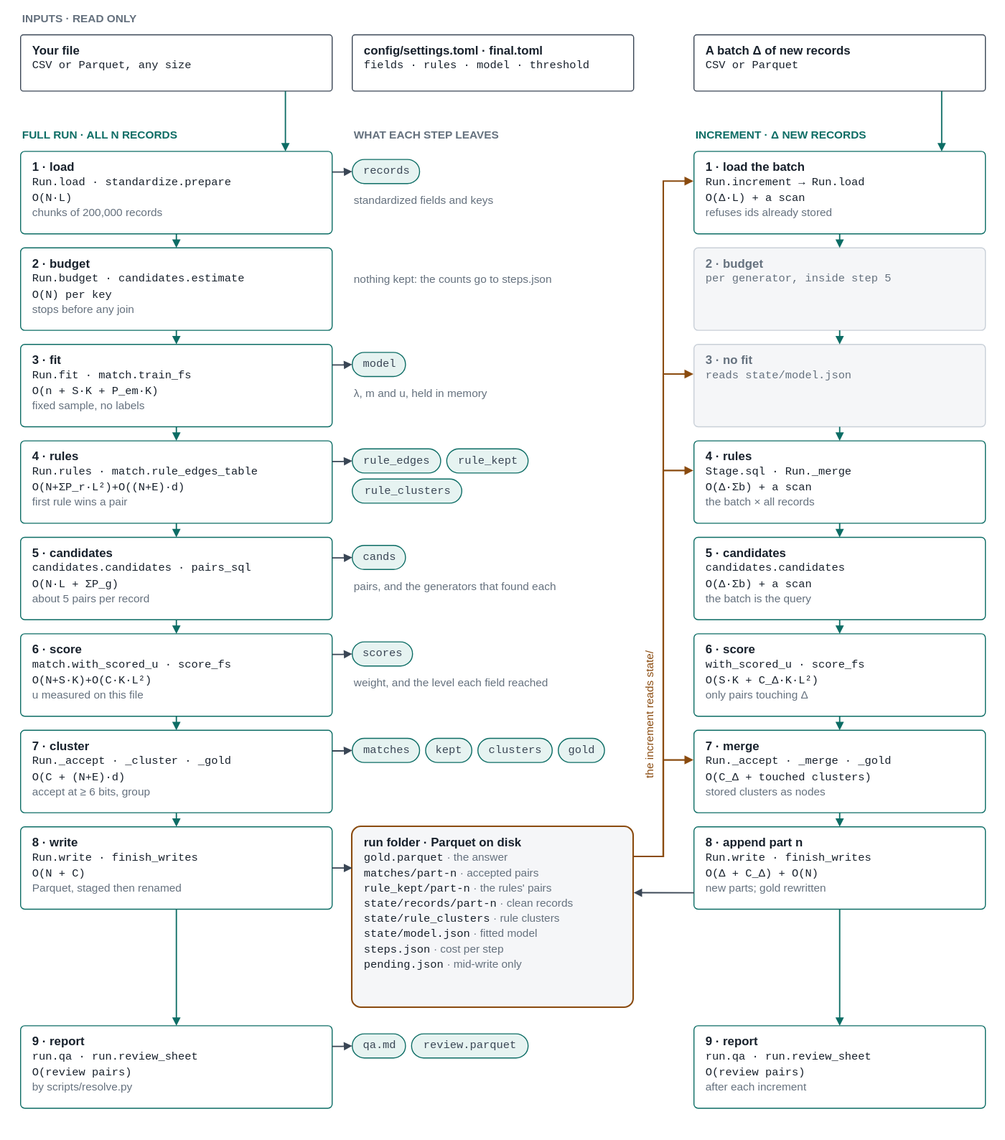
Above: docs/architecture.drawio.svg in mvsbm/entity_matching (draw.io), before the change. Source tidied: cells renumbered, new cells last; positions are measured from the earlier drawing's top-left corner, leaving out a move shared by most shapes.
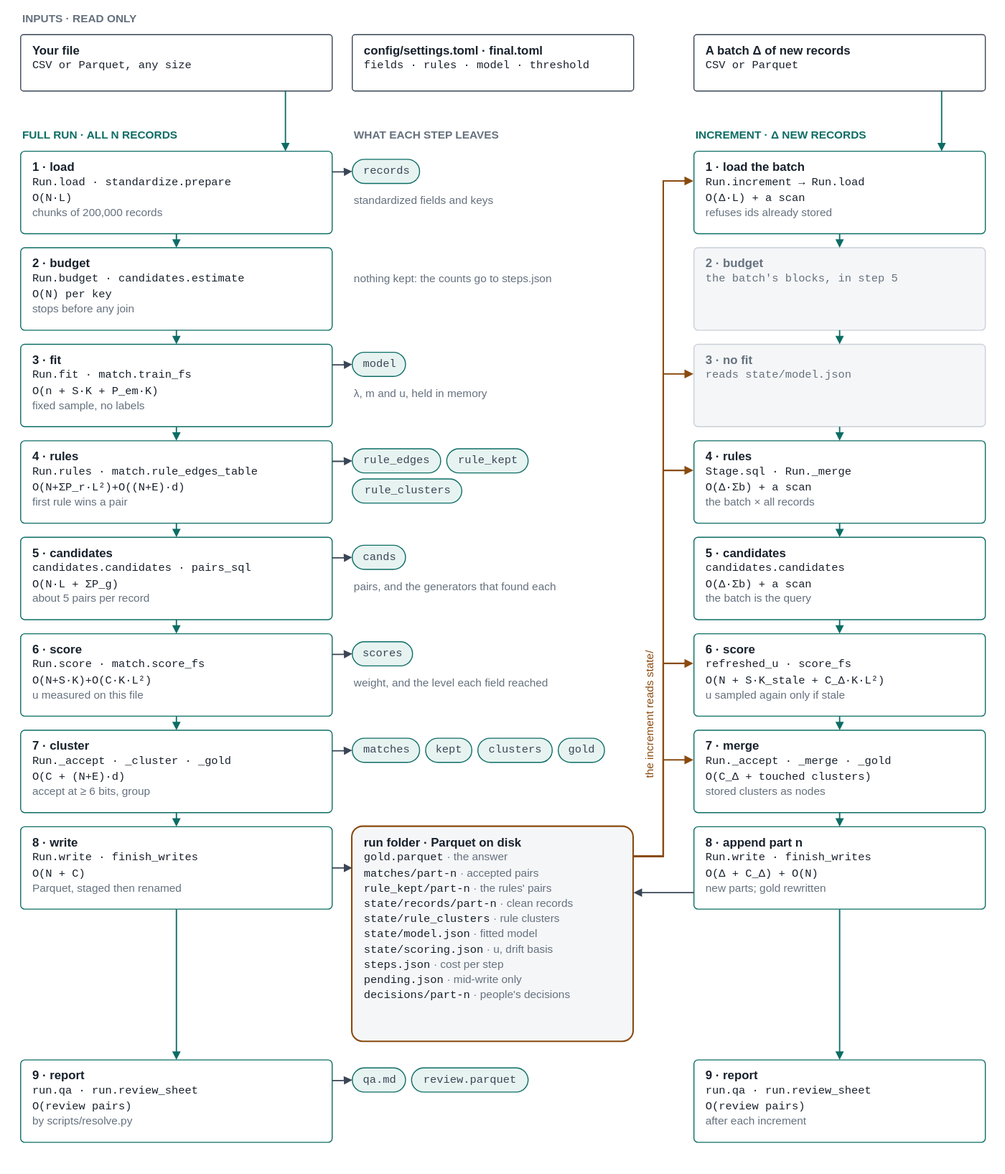
The same file after the commit.

What changed in the source:
```diff
@@ -41,7 +41,7 @@
     <mxCell id="14" value="&lt;b&gt;2 · budget&lt;/b&gt;&lt;br&gt;&lt;font face=&quot;Courier New&quot; style=&quot;font-size:11px&quot;&gt;Run.budget · candidates.estimate&lt;/font&gt;&lt;br&gt;&lt;font face=&quot;Courier New&quot; style=&quot;font-size:11px&quot;&gt;O(N) per key&lt;/font&gt;&lt;br&gt;&lt;font color=&quot;#65717e&quot; style=&quot;font-size:11px&quot;&gt;stops before any join&lt;/font&gt;" style="rounded=1;arcSize=5;whiteSpace=wrap;html=1;align=left;verticalAlign=top;spacingLeft=10;spacingTop=2;fontFamily=Helvetica;fontSize=12;fontColor=#18212c;fillColor=#ffffff;strokeColor=#0d6d65;" parent="1" vertex="1">
       <mxGeometry y="238" width="310" height="82" as="geometry" />
     </mxCell>
-    <mxCell id="15" value="&lt;b&gt;2 · budget&lt;/b&gt;&lt;br&gt;&lt;font face=&quot;Courier New&quot; style=&quot;font-size:11px&quot;&gt;per generator, inside step 5&lt;/font&gt;" style="rounded=1;arcSize=5;whiteSpace=wrap;html=1;align=left;verticalAlign=top;spacingLeft=10;spacingTop=2;fontFamily=Helvetica;fontSize=12;fontColor=#18212c;fillColor=#ffffff;strokeColor=#c9d0d8;fillColor=#f5f6f8;fontColor=#65717e;" parent="1" vertex="1">
+    <mxCell id="15" value="&lt;b&gt;2 · budget&lt;/b&gt;&lt;br&gt;&lt;font face=&quot;Courier New&quot; style=&quot;font-size:11px&quot;&gt;the batch&amp;#x27;s blocks, in step 5&lt;/font&gt;" style="rounded=1;arcSize=5;whiteSpace=wrap;html=1;align=left;verticalAlign=top;spacingLeft=10;spacingTop=2;fontFamily=Helvetica;fontSize=12;fontColor=#18212c;fillColor=#ffffff;strokeColor=#c9d0d8;fillColor=#f5f6f8;fontColor=#65717e;" parent="1" vertex="1">
       <mxGeometry x="670" y="238" width="290" height="82" as="geometry" />
     </mxCell>
     <mxCell id="16" value="nothing kept: the counts go to steps.json" style="text;html=1;align=left;verticalAlign=middle;fontFamily=Helvetica;fontSize=11;fontColor=#65717e;" parent="1" vertex="1">
@@ -95,10 +95,10 @@
     <mxCell id="32" style="edgeStyle=orthogonalEdgeStyle;rounded=0;html=1;endArrow=block;endFill=1;endSize=5;strokeColor=#3a4655;strokeWidth=1.3;exitX=1;exitY=0.25;entryX=0;entryY=0.5;" parent="1" edge="1" source="28" target="30">
       <mxGeometry relative="1" as="geometry" />
     </mxCell>
-    <mxCell id="33" value="&lt;b&gt;6 · score&lt;/b&gt;&lt;br&gt;&lt;font face=&quot;Courier New&quot; style=&quot;font-size:11px&quot;&gt;match.with_scored_u · score_fs&lt;/font&gt;&lt;br&gt;&lt;font face=&quot;Courier New&quot; style=&quot;font-size:11px&quot;&gt;O(N+S·K)+O(C·K·L²)&lt;/font&gt;&lt;br&gt;&lt;font color=&quot;#65717e&quot; style=&quot;font-size:11px&quot;&gt;u measured on this file&lt;/font&gt;" style="rounded=1;arcSize=5;whiteSpace=wrap;html=1;align=left;verticalAlign=top;spacingLeft=10;spacingTop=2;fontFamily=Helvetica;fontSize=12;fontColor=#18212c;fillColor=#ffffff;strokeColor=#0d6d65;" parent="1" vertex="1">
+    <mxCell id="33" value="&lt;b&gt;6 · score&lt;/b&gt;&lt;br&gt;&lt;font face=&quot;Courier New&quot; style=&quot;font-size:11px&quot;&gt;Run.score · match.score_fs&lt;/font&gt;&lt;br&gt;&lt;font face=&quot;Courier New&quot; style=&quot;font-size:11px&quot;&gt;O(N+S·K)+O(C·K·L²)&lt;/font&gt;&lt;br&gt;&lt;font color=&quot;#65717e&quot; style=&quot;font-size:11px&quot;&gt;u measured on this file&lt;/font&gt;" style="rounded=1;arcSize=5;whiteSpace=wrap;html=1;align=left;verticalAlign=top;spacingLeft=10;spacingTop=2;fontFamily=Helvetica;fontSize=12;fontColor=#18212c;fillColor=#ffffff;strokeColor=#0d6d65;" parent="1" vertex="1">
       <mxGeometry y="622" width="310" height="82" as="geometry" />
     </mxCell>
-    <mxCell id="34" value="&lt;b&gt;6 · score&lt;/b&gt;&lt;br&gt;&lt;font face=&quot;Courier New&quot; style=&quot;font-size:11px&quot;&gt;with_scored_u · score_fs&lt;/font&gt;&lt;br&gt;&lt;font face=&quot;Courier New&quot; style=&quot;font-size:11px&quot;&gt;O(S·K + C_Δ·K·L²)&lt;/font&gt;&lt;br&gt;&lt;font color=&quot;#65717e&quot; style=&quot;font-size:11px&quot;&gt;only pairs touching Δ&lt;/font&gt;" style="rounded=1;arcSize=5;whiteSpace=wrap;html=1;align=left;verticalAlign=top;spacingLeft=10;spacingTop=2;fontFamily=Helvetica;fontSize=12;fontColor=#18212c;fillColor=#ffffff;strokeColor=#0d6d65;" parent="1" vertex="1">
+    <mxCell id="34" value="&lt;b&gt;6 · score&lt;/b&gt;&lt;br&gt;&lt;font face=&quot;Courier New&quot; style=&quot;font-size:11px&quot;&gt;refreshed_u · score_fs&lt;/font&gt;&lt;br&gt;&lt;font face=&quot;Courier New&quot; style=&quot;font-size:11px&quot;&gt;O(N + S·K_stale + C_Δ·K·L²)&lt;/font&gt;&lt;br&gt;&lt;font color=&quot;#65717e&quot; style=&quot;font-size:11px&quot;&gt;u sampled again only if stale&lt;/font&gt;" style="rounded=1;arcSize=5;whiteSpace=wrap;html=1;align=left;verticalAlign=top;spacingLeft=10;spacingTop=2;fontFamily=Helvetica;fontSize=12;fontColor=#18212c;fillColor=#ffffff;strokeColor=#0d6d65;" parent="1" vertex="1">
       <mxGeometry x="670" y="622" width="290" height="82" as="geometry" />
     </mxCell>
     <mxCell id="35" value="scores" style="rounded=1;arcSize=50;html=1;fontFamily=Courier New;fontSize=11;fontColor=#3a4655;fillColor=#e6f3f1;strokeColor=#0d6d65;" parent="1" vertex="1">
@@ -137,26 +137,26 @@
     <mxCell id="46" value="&lt;b&gt;8 · append part n&lt;/b&gt;&lt;br&gt;&lt;font face=&quot;Courier New&quot; style=&quot;font-size:11px&quot;&gt;Run.write · finish_writes&lt;/font&gt;&lt;br&gt;&lt;font face=&quot;Courier New&quot; style=&quot;font-size:11px&quot;&gt;O(Δ + C_Δ) + O(N)&lt;/font&gt;&lt;br&gt;&lt;font color=&quot;#65717e&quot; style=&quot;font-size:11px&quot;&gt;new parts; gold rewritten&lt;/font&gt;" style="rounded=1;arcSize=5;whiteSpace=wrap;html=1;align=left;verticalAlign=top;spacingLeft=10;spacingTop=2;fontFamily=Helvetica;fontSize=12;fontColor=#18212c;fillColor=#ffffff;strokeColor=#0d6d65;" parent="1" vertex="1">
       <mxGeometry x="670" y="814" width="290" height="82" as="geometry" />
     </mxCell>
-    <mxCell id="47" value="&lt;b&gt;run folder · Parquet on disk&lt;/b&gt;&lt;br&gt;&lt;font face=&quot;Courier New&quot; style=&quot;font-size:11px&quot;&gt;gold.parquet&lt;/font&gt; &lt;font color=&quot;#65717e&quot; style=&quot;font-size:11px&quot;&gt;· the answer&lt;/font&gt;&lt;br&gt;&lt;font face=&quot;Courier New&quot; style=&quot;font-size:11px&quot;&gt;matches/part-n&lt;/font&gt; &lt;font color=&quot;#65717e&quot; style=&quot;font-size:11px&quot;&gt;· accepted pairs&lt;/font&gt;&lt;br&gt;&lt;font face=&quot;Courier New&quot; style=&quot;font-size:11px&quot;&gt;rule_kept/part-n&lt;/font&gt; &lt;font color=&quot;#65717e&quot; style=&quot;font-size:11px&quot;&gt;· the rules&amp;#x27; pairs&lt;/font&gt;&lt;br&gt;&lt;font face=&quot;Courier New&quot; style=&quot;font-size:11px&quot;&gt;state/records/part-n&lt;/font&gt; &lt;font color=&quot;#65717e&quot; style=&quot;font-size:11px&quot;&gt;· clean records&lt;/font&gt;&lt;br&gt;&lt;font face=&quot;Courier New&quot; style=&quot;font-size:11px&quot;&gt;state/rule_clusters&lt;/font&gt; &lt;font color=&quot;#65717e&quot; style=&quot;font-size:11px&quot;&gt;· rule clusters&lt;/font&gt;&lt;br&gt;&lt;font face=&quot;Courier New&quot; style=&quot;font-size:11px&quot;&gt;state/model.json&lt;/font&gt; &lt;font color=&quot;#65717e&quot; style=&quot;font-size:11px&quot;&gt;· fitted model&lt;/font&gt;&lt;br&gt;&lt;font face=&quot;Courier New&quot; style=&quot;font-size:11px&quot;&gt;steps.json&lt;/font&gt; &lt;font color=&quot;#65717e&quot; style=&quot;font-size:11px&quot;&gt;· cost per step&lt;/font&gt;&lt;br&gt;&lt;font face=&quot;Courier New&quot; style=&quot;font-size:11px&quot;&gt;pending.json&lt;/font&gt; &lt;font color=&quot;#65717e&quot; style=&quot;font-size:11px&quot;&gt;· mid-write only&lt;/font&gt;" style="rounded=1;arcSize=5;whiteSpace=wrap;html=1;align=left;verticalAlign=top;spacingLeft=10;spacingTop=2;fontFamily=Helvetica;fontSize=12;fontColor=#18212c;fillColor=#ffffff;strokeColor=#8a4b0f;strokeWidth=1.5;fillColor=#f5f6f8;" parent="1" vertex="1">
-      <mxGeometry x="330" y="814" width="280" height="180" as="geometry" />
+    <mxCell id="47" value="&lt;b&gt;run folder · Parquet on disk&lt;/b&gt;&lt;br&gt;&lt;font face=&quot;Courier New&quot; style=&quot;font-size:11px&quot;&gt;gold.parquet&lt;/font&gt; &lt;font color=&quot;#65717e&quot; style=&quot;font-size:11px&quot;&gt;· the answer&lt;/font&gt;&lt;br&gt;&lt;font face=&quot;Courier New&quot; style=&quot;font-size:11px&quot;&gt;matches/part-n&lt;/font&gt; &lt;font color=&quot;#65717e&quot; style=&quot;font-size:11px&quot;&gt;· accepted pairs&lt;/font&gt;&lt;br&gt;&lt;font face=&quot;Courier New&quot; style=&quot;font-size:11px&quot;&gt;rule_kept/part-n&lt;/font&gt; &lt;font color=&quot;#65717e&quot; style=&quot;font-size:11px&quot;&gt;· the rules&amp;#x27; pairs&lt;/font&gt;&lt;br&gt;&lt;font face=&quot;Courier New&quot; style=&quot;font-size:11px&quot;&gt;state/records/part-n&lt;/font&gt; &lt;font color=&quot;#65717e&quot; style=&quot;font-size:11px&quot;&gt;· clean records&lt;/font&gt;&lt;br&gt;&lt;font face=&quot;Courier New&quot; style=&quot;font-size:11px&quot;&gt;state/rule_clusters&lt;/font&gt; &lt;font color=&quot;#65717e&quot; style=&quot;font-size:11px&quot;&gt;· rule clusters&lt;/font&gt;&lt;br&gt;&lt;font face=&quot;Courier New&quot; style=&quot;font-size:11px&quot;&gt;state/model.json&lt;/font&gt; &lt;font color=&quot;#65717e&quot; style=&quot;font-size:11px&quot;&gt;· fitted model&lt;/font&gt;&lt;br&gt;&lt;font face=&quot;Courier New&quot; style=&quot;font-size:11px&quot;&gt;state/scoring.json&lt;/font&gt; &lt;font color=&quot;#65717e&quot; style=&quot;font-size:11px&quot;&gt;· u, drift basis&lt;/font&gt;&lt;br&gt;&lt;font face=&quot;Courier New&quot; style=&quot;font-size:11px&quot;&gt;steps.json&lt;/font&gt; &lt;font color=&quot;#65717e&quot; style=&quot;font-size:11px&quot;&gt;· cost per step&lt;/font&gt;&lt;br&gt;&lt;font face=&quot;Courier New&quot; style=&quot;font-size:11px&quot;&gt;pending.json&lt;/font&gt; &lt;font color=&quot;#65717e&quot; style=&quot;font-size:11px&quot;&gt;· mid-write only&lt;/font&gt;&lt;br&gt;&lt;font face=&quot;Courier New&quot; style=&quot;font-size:11px&quot;&gt;decisions/part-n&lt;/font&gt; &lt;font color=&quot;#65717e&quot; style=&quot;font-size:11px&quot;&gt;· people&amp;#x27;s decisions&lt;/font&gt;" style="rounded=1;arcSize=5;whiteSpace=wrap;html=1;align=left;verticalAlign=top;spacingLeft=10;spacingTop=2;fontFamily=Helvetica;fontSize=12;fontColor=#18212c;fillColor=#ffffff;strokeColor=#8a4b0f;strokeWidth=1.5;fillColor=#f5f6f8;" parent="1" vertex="1">
+      <mxGeometry x="330" y="814" width="280" height="214" as="geometry" />
     </mxCell>
-    <mxCell id="48" style="edgeStyle=orthogonalEdgeStyle;rounded=0;html=1;endArrow=block;endFill=1;endSize=5;strokeColor=#3a4655;strokeWidth=1.3;exitX=1;exitY=0.5;entryX=0;entryY=0.2278;" parent="1" edge="1" source="45" target="47">
+    <mxCell id="48" style="edgeStyle=orthogonalEdgeStyle;rounded=0;html=1;endArrow=block;endFill=1;endSize=5;strokeColor=#3a4655;strokeWidth=1.3;exitX=1;exitY=0.5;entryX=0;entryY=0.1916;" parent="1" edge="1" source="45" target="47">
       <mxGeometry relative="1" as="geometry" />
     </mxCell>
-    <mxCell id="49" style="edgeStyle=orthogonalEdgeStyle;rounded=0;html=1;endArrow=block;endFill=1;endSize=5;strokeColor=#3a4655;strokeWidth=1.3;exitX=0;exitY=0.8;entryX=1;entryY=0.3644;" parent="1" edge="1" source="46" target="47">
+    <mxCell id="49" style="edgeStyle=orthogonalEdgeStyle;rounded=0;html=1;endArrow=block;endFill=1;endSize=5;strokeColor=#3a4655;strokeWidth=1.3;exitX=0;exitY=0.8;entryX=1;entryY=0.3065;" parent="1" edge="1" source="46" target="47">
       <mxGeometry relative="1" as="geometry" />
     </mxCell>
     <mxCell id="50" value="&lt;b&gt;9 · report&lt;/b&gt;&lt;br&gt;&lt;font face=&quot;Courier New&quot; style=&quot;font-size:11px&quot;&gt;run.qa · run.review_sheet&lt;/font&gt;&lt;br&gt;&lt;font face=&quot;Courier New&quot; style=&quot;font-size:11px&quot;&gt;O(review pairs)&lt;/font&gt;&lt;br&gt;&lt;font color=&quot;#65717e&quot; style=&quot;font-size:11px&quot;&gt;by scripts/resolve.py&lt;/font&gt;" style="rounded=1;arcSize=5;whiteSpace=wrap;html=1;align=left;verticalAlign=top;spacingLeft=10;spacingTop=2;fontFamily=Helvetica;fontSize=12;fontColor=#18212c;fillColor=#ffffff;strokeColor=#0d6d65;" parent="1" vertex="1">
-      <mxGeometry y="1012" width="310" height="82" as="geometry" />
+      <mxGeometry y="1046" width="310" height="82" as="geometry" />
     </mxCell>
     <mxCell id="51" value="&lt;b&gt;9 · report&lt;/b&gt;&lt;br&gt;&lt;font face=&quot;Courier New&quot; style=&quot;font-size:11px&quot;&gt;run.qa · run.review_sheet&lt;/font&gt;&lt;br&gt;&lt;font face=&quot;Courier New&quot; style=&quot;font-size:11px&quot;&gt;O(review pairs)&lt;/font&gt;&lt;br&gt;&lt;font color=&quot;#65717e&quot; style=&quot;font-size:11px&quot;&gt;after each increment&lt;/font&gt;" style="rounded=1;arcSize=5;whiteSpace=wrap;html=1;align=left;verticalAlign=top;spacingLeft=10;spacingTop=2;fontFamily=Helvetica;fontSize=12;fontColor=#18212c;fillColor=#ffffff;strokeColor=#0d6d65;" parent="1" vertex="1">
-      <mxGeometry x="670" y="1012" width="290" height="82" as="geometry" />
+      <mxGeometry x="670" y="1046" width="290" height="82" as="geometry" />
     </mxCell>
     <mxCell id="52" value="qa.md" style="rounded=1;arcSize=50;html=1;fontFamily=Courier New;fontSize=11;fontColor=#3a4655;fillColor=#e6f3f1;strokeColor=#0d6d65;" parent="1" vertex="1">
-      <mxGeometry x="330" y="1020" width="53" height="24" as="geometry" />
+      <mxGeometry x="330" y="1054" width="53" height="24" as="geometry" />
     </mxCell>
     <mxCell id="53" value="review.parquet" style="rounded=1;arcSize=50;html=1;fontFamily=Courier New;fontSize=11;fontColor=#3a4655;fillColor=#e6f3f1;strokeColor=#0d6d65;" parent="1" vertex="1">
-      <mxGeometry x="389" y="1020" width="116" height="24" as="geometry" />
+      <mxGeometry x="389" y="1054" width="116" height="24" as="geometry" />
     </mxCell>
     <mxCell id="54" style="edgeStyle=orthogonalEdgeStyle;rounded=0;html=1;endArrow=block;endFill=1;endSize=5;strokeColor=#3a4655;strokeWidth=1.3;exitX=1;exitY=0.25;entryX=0;entryY=0.5;" parent="1" edge="1" source="50" target="52">
       <mxGeometry relative="1" as="geometry" />
@@ -239,16 +239,24 @@
         </Array>
       </mxGeometry>
     </mxCell>
-    <mxCell id="76" style="edgeStyle=orthogonalEdgeStyle;rounded=0;html=1;endArrow=block;endFill=1;endSize=5;strokeColor=#8a4b0f;strokeWidth=1.3;exitX=1;exitY=0;exitDx=0;exitDy=30;entryX=0;entryY=0;entryDx=0;entryDy=30;strokeWidth=1.5;" parent="1" edge="1" source="47" target="39">
+    <mxCell id="76" style="edgeStyle=orthogonalEdgeStyle;rounded=0;html=1;endArrow=block;endFill=1;endSize=5;strokeColor=#8a4b0f;strokeWidth=1.3;exitX=1;exitY=0;exitDx=0;exitDy=30;entryX=0;entryY=0;entryDx=0;entryDy=30;strokeWidth=1.5;" parent="1" edge="1" source="47" target="34">
       <mxGeometry relative="1" as="geometry">
         <Array as="points">
           <mxPoint x="640" y="844" />
-          <mxPoint x="640" y="748" />
+          <mxPoint x="640" y="652" />
         </Array>
       </mxGeometry>
     </mxCell>
-    <mxCell id="77" value="the increment reads state/" style="text;html=1;align=left;verticalAlign=middle;fontFamily=Helvetica;fontSize=11;fontColor=#65717e;fontColor=#8a4b0f;rotation=-90;align=center;" parent="1" vertex="1">
-      <mxGeometry x="526" y="694" width="200" height="18" as="geometry" />
+    <mxCell id="77" style="edgeStyle=orthogonalEdgeStyle;rounded=0;html=1;endArrow=block;endFill=1;endSize=5;strokeColor=#8a4b0f;strokeWidth=1.3;exitX=1;exitY=0;exitDx=0;exitDy=30;entryX=0;entryY=0;entryDx=0;entryDy=30;strokeWidth=1.5;" parent="1" edge="1" source="47" target="39">
+      <mxGeometry relative="1" as="geometry">
+        <Array as="points">
+          <mxPoint x="640" y="844" />
+          <mxPoint x="640" y="748" />
+        </Array>
+      </mxGeometry>
     </mxCell>
+    <mxCell id="78" value="the increment reads state/" style="text;html=1;align=left;verticalAlign=middle;fontFamily=Helvetica;fontSize=11;fontColor=#65717e;fontColor=#8a4b0f;rotation=-90;align=center;" parent="1" vertex="1">
+      <mxGeometry x="526" y="694" width="200" height="18" as="geometry" />
+    </mxCell>
   </root>
 </mxGraphModel>
```
